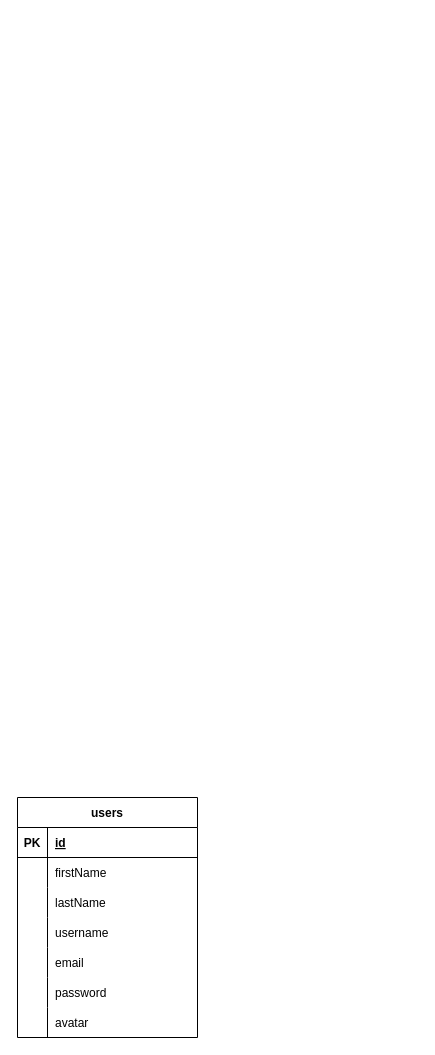
teosordo/grupo_3_mat keeps this draw.io diagram as db_diagrams/users_diagram.drawio. Above is the earlier version. Source tidied: cells renumbered, new cells numbered last; positions are measured from the earlier drawing's top-left corner, leaving out a move shared by most shapes. Both pictures are drawn from the tidied source at 100%, with x=0, y=0 at pixel (17, 797).
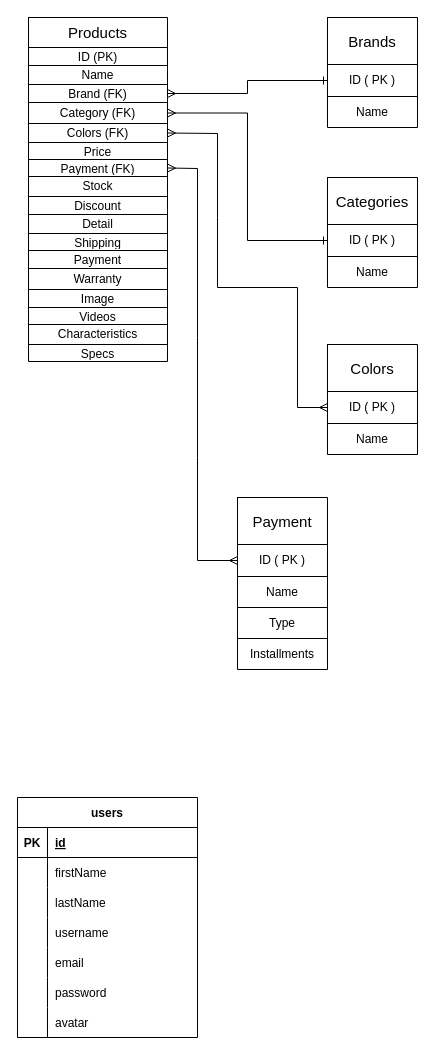
The same diagram, later.

Commit message:
moviendo tabla de products

The edit, as a diff of the source:
```diff
@@
+    <mxCell id="24" style="shape=table;startSize=0;childLayout=tableLayout;perimeterSpacing=0;strokeWidth=1;" parent="1" vertex="1">
+      <mxGeometry x="11" y="-780" width="139" height="344" as="geometry" />
+    </mxCell>
+    <mxCell id="25" style="shape=partialRectangle;fillColor=none;top=0;left=0;bottom=0;right=0;" parent="24" vertex="1">
+      <mxGeometry width="139" height="30" as="geometry" />
+    </mxCell>
+    <mxCell id="26" value="&lt;span style=&quot;font-size: 15px&quot;&gt;Products&lt;/span&gt;" style="shape=partialRectangle;html=1;whiteSpace=wrap;overflow=hidden;fillColor=none;top=0;left=0;bottom=0;right=0;" parent="25" vertex="1">
+      <mxGeometry width="139" height="30" as="geometry" />
+    </mxCell>
+    <mxCell id="27" style="shape=partialRectangle;fillColor=none;top=0;left=0;bottom=0;right=0;" parent="24" vertex="1">
+      <mxGeometry y="30" width="139" height="18" as="geometry" />
+    </mxCell>
+    <mxCell id="28" value="ID (PK)" style="shape=partialRectangle;html=1;whiteSpace=wrap;overflow=hidden;fillColor=none;top=0;left=0;bottom=0;right=0;" parent="27" vertex="1">
+      <mxGeometry width="139" height="18" as="geometry" />
+    </mxCell>
+    <mxCell id="29" style="shape=partialRectangle;fillColor=none;top=0;left=0;bottom=0;right=0;" parent="24" vertex="1">
+      <mxGeometry y="48" width="139" height="19" as="geometry" />
+    </mxCell>
+    <mxCell id="30" value="Name" style="shape=partialRectangle;html=1;whiteSpace=wrap;overflow=hidden;fillColor=none;top=0;left=0;bottom=0;right=0;" parent="29" vertex="1">
+      <mxGeometry width="139" height="19" as="geometry" />
+    </mxCell>
+    <mxCell id="31" style="shape=partialRectangle;fillColor=none;top=0;left=0;bottom=0;right=0;points=[[0,0.5],[1,0.5]];portConstraint=eastwest;" parent="24" vertex="1">
+      <mxGeometry y="67" width="139" height="18" as="geometry" />
+    </mxCell>
+    <mxCell id="32" value="Brand (FK)" style="shape=partialRectangle;html=1;whiteSpace=wrap;overflow=hidden;fillColor=none;top=0;left=0;bottom=0;right=0;" parent="31" vertex="1">
+      <mxGeometry width="139" height="18" as="geometry" />
+    </mxCell>
+    <mxCell id="33" style="shape=partialRectangle;fillColor=none;top=0;left=0;bottom=0;right=0;points=[[0,0.5],[1,0.5]];portConstraint=eastwest;" parent="24" vertex="1">
+      <mxGeometry y="85" width="139" height="21" as="geometry" />
+    </mxCell>
+    <mxCell id="34" value="Category (FK)" style="shape=partialRectangle;html=1;whiteSpace=wrap;overflow=hidden;fillColor=none;top=0;left=0;bottom=0;right=0;" parent="33" vertex="1">
+      <mxGeometry width="139" height="21" as="geometry" />
+    </mxCell>
+    <mxCell id="35" style="shape=partialRectangle;fillColor=none;top=0;left=0;bottom=0;right=0;points=[[0,0.5],[1,0.5]];portConstraint=eastwest;" parent="24" vertex="1">
+      <mxGeometry y="106" width="139" height="19" as="geometry" />
+    </mxCell>
+    <mxCell id="36" value="Colors (FK)" style="shape=partialRectangle;html=1;whiteSpace=wrap;overflow=hidden;fillColor=none;top=0;left=0;bottom=0;right=0;" parent="35" vertex="1">
+      <mxGeometry width="139" height="19" as="geometry" />
+    </mxCell>
+    <mxCell id="37" style="shape=partialRectangle;fillColor=none;top=0;left=0;bottom=0;right=0;" parent="24" vertex="1">
+      <mxGeometry y="125" width="139" height="17" as="geometry" />
+    </mxCell>
+    <mxCell id="38" value="Price" style="shape=partialRectangle;html=1;whiteSpace=wrap;overflow=hidden;fillColor=none;top=0;left=0;bottom=0;right=0;" parent="37" vertex="1">
+      <mxGeometry width="139" height="17" as="geometry" />
+    </mxCell>
+    <mxCell id="39" style="shape=partialRectangle;fillColor=none;top=0;left=0;bottom=0;right=0;points=[[0,0.5],[1,0.5]];portConstraint=eastwest;" parent="24" vertex="1">
+      <mxGeometry y="142" width="139" height="17" as="geometry" />
+    </mxCell>
+    <mxCell id="40" value="Payment (FK)" style="shape=partialRectangle;html=1;whiteSpace=wrap;overflow=hidden;fillColor=none;top=0;left=0;bottom=0;right=0;" parent="39" vertex="1">
+      <mxGeometry width="139" height="17" as="geometry" />
+    </mxCell>
+    <mxCell id="41" style="shape=partialRectangle;fillColor=none;top=0;left=0;bottom=0;right=0;" parent="24" vertex="1">
+      <mxGeometry y="159" width="139" height="20" as="geometry" />
+    </mxCell>
+    <mxCell id="42" value="Stock" style="shape=partialRectangle;html=1;whiteSpace=wrap;overflow=hidden;fillColor=none;top=0;left=0;bottom=0;right=0;" parent="41" vertex="1">
+      <mxGeometry width="139" height="20" as="geometry" />
+    </mxCell>
+    <mxCell id="43" style="shape=partialRectangle;fillColor=none;top=0;left=0;bottom=0;right=0;" parent="24" vertex="1">
+      <mxGeometry y="179" width="139" height="18" as="geometry" />
+    </mxCell>
+    <mxCell id="44" value="Discount" style="shape=partialRectangle;html=1;whiteSpace=wrap;overflow=hidden;fillColor=none;top=0;left=0;bottom=0;right=0;" parent="43" vertex="1">
+      <mxGeometry width="139" height="18" as="geometry" />
+    </mxCell>
+    <mxCell id="45" style="shape=partialRectangle;fillColor=none;top=0;left=0;bottom=0;right=0;" parent="24" vertex="1">
+      <mxGeometry y="197" width="139" height="19" as="geometry" />
+    </mxCell>
+    <mxCell id="46" value="Detail" style="shape=partialRectangle;html=1;whiteSpace=wrap;overflow=hidden;fillColor=none;top=0;left=0;bottom=0;right=0;" parent="45" vertex="1">
+      <mxGeometry width="139" height="19" as="geometry" />
+    </mxCell>
+    <mxCell id="47" style="shape=partialRectangle;fillColor=none;top=0;left=0;bottom=0;right=0;" parent="24" vertex="1">
+      <mxGeometry y="216" width="139" height="17" as="geometry" />
+    </mxCell>
+    <mxCell id="48" value="Shipping" style="shape=partialRectangle;html=1;whiteSpace=wrap;overflow=hidden;fillColor=none;top=0;left=0;bottom=0;right=0;" parent="47" vertex="1">
+      <mxGeometry width="139" height="17" as="geometry" />
+    </mxCell>
+    <mxCell id="49" style="shape=partialRectangle;fillColor=none;top=0;left=0;bottom=0;right=0;" parent="24" vertex="1">
+      <mxGeometry y="233" width="139" height="18" as="geometry" />
+    </mxCell>
+    <mxCell id="50" value="Payment" style="shape=partialRectangle;html=1;whiteSpace=wrap;overflow=hidden;fillColor=none;top=0;left=0;bottom=0;right=0;" parent="49" vertex="1">
+      <mxGeometry width="139" height="18" as="geometry" />
+    </mxCell>
+    <mxCell id="51" style="shape=partialRectangle;fillColor=none;top=0;left=0;bottom=0;right=0;" parent="24" vertex="1">
+      <mxGeometry y="251" width="139" height="21" as="geometry" />
+    </mxCell>
+    <mxCell id="52" value="Warranty" style="shape=partialRectangle;html=1;whiteSpace=wrap;overflow=hidden;fillColor=none;top=0;left=0;bottom=0;right=0;" parent="51" vertex="1">
+      <mxGeometry width="139" height="21" as="geometry" />
+    </mxCell>
+    <mxCell id="53" style="shape=partialRectangle;fillColor=none;top=0;left=0;bottom=0;right=0;" parent="24" vertex="1">
+      <mxGeometry y="272" width="139" height="18" as="geometry" />
+    </mxCell>
+    <mxCell id="54" value="Image" style="shape=partialRectangle;html=1;whiteSpace=wrap;overflow=hidden;fillColor=none;top=0;left=0;bottom=0;right=0;" parent="53" vertex="1">
+      <mxGeometry width="139" height="18" as="geometry" />
+    </mxCell>
+    <mxCell id="55" style="shape=partialRectangle;fillColor=none;top=0;left=0;bottom=0;right=0;" parent="24" vertex="1">
+      <mxGeometry y="290" width="139" height="17" as="geometry" />
+    </mxCell>
+    <mxCell id="56" value="Videos" style="shape=partialRectangle;html=1;whiteSpace=wrap;overflow=hidden;fillColor=none;top=0;left=0;bottom=0;right=0;" parent="55" vertex="1">
+      <mxGeometry width="139" height="17" as="geometry" />
+    </mxCell>
+    <mxCell id="57" style="shape=partialRectangle;fillColor=none;top=0;left=0;bottom=0;right=0;" parent="24" vertex="1">
+      <mxGeometry y="307" width="139" height="20" as="geometry" />
+    </mxCell>
+    <mxCell id="58" value="Characteristics" style="shape=partialRectangle;html=1;whiteSpace=wrap;overflow=hidden;fillColor=none;top=0;left=0;bottom=0;right=0;" parent="57" vertex="1">
+      <mxGeometry width="139" height="20" as="geometry" />
+    </mxCell>
+    <mxCell id="59" style="shape=partialRectangle;fillColor=none;top=0;left=0;bottom=0;right=0;" parent="24" vertex="1">
+      <mxGeometry y="327" width="139" height="17" as="geometry" />
+    </mxCell>
+    <mxCell id="60" value="Specs" style="shape=partialRectangle;html=1;whiteSpace=wrap;overflow=hidden;fillColor=none;top=0;left=0;bottom=0;right=0;" parent="59" vertex="1">
+      <mxGeometry width="139" height="17" as="geometry" />
+    </mxCell>
+    <mxCell id="61" style="shape=table;startSize=0;childLayout=tableLayout;" parent="1" vertex="1">
+      <mxGeometry x="310" y="-780" width="90" height="110" as="geometry" />
+    </mxCell>
+    <mxCell id="62" style="shape=partialRectangle;fillColor=none;top=0;left=0;bottom=0;right=0;points=[[0,0.5],[1,0.5]];portConstraint=eastwest;" parent="61" vertex="1">
+      <mxGeometry width="90" height="47" as="geometry" />
+    </mxCell>
+    <mxCell id="63" value="&lt;font style=&quot;font-size: 15px&quot;&gt;Brands&lt;/font&gt;" style="shape=partialRectangle;html=1;whiteSpace=wrap;overflow=hidden;fillColor=none;top=0;left=0;bottom=0;right=0;" parent="62" vertex="1">
+      <mxGeometry width="90" height="47" as="geometry" />
+    </mxCell>
+    <mxCell id="64" style="shape=partialRectangle;fillColor=none;top=0;left=0;bottom=0;right=0;points=[[0,0.5],[1,0.5]];portConstraint=eastwest;" parent="61" vertex="1">
+      <mxGeometry y="47" width="90" height="32" as="geometry" />
+    </mxCell>
+    <mxCell id="65" value="ID ( PK )" style="shape=partialRectangle;html=1;whiteSpace=wrap;overflow=hidden;fillColor=none;top=0;left=0;bottom=0;right=0;" parent="64" vertex="1">
+      <mxGeometry width="90" height="32" as="geometry" />
+    </mxCell>
+    <mxCell id="66" style="shape=partialRectangle;fillColor=none;top=0;left=0;bottom=0;right=0;" parent="61" vertex="1">
+      <mxGeometry y="79" width="90" height="31" as="geometry" />
+    </mxCell>
+    <mxCell id="67" value="Name" style="shape=partialRectangle;html=1;whiteSpace=wrap;overflow=hidden;fillColor=none;top=0;left=0;bottom=0;right=0;" parent="66" vertex="1">
+      <mxGeometry width="90" height="31" as="geometry" />
+    </mxCell>
+    <mxCell id="68" style="shape=table;startSize=0;childLayout=tableLayout;" parent="1" vertex="1">
+      <mxGeometry x="310" y="-620" width="90" height="110" as="geometry" />
+    </mxCell>
+    <mxCell id="69" style="shape=partialRectangle;fillColor=none;top=0;left=0;bottom=0;right=0;" parent="68" vertex="1">
+      <mxGeometry width="90" height="47" as="geometry" />
+    </mxCell>
+    <mxCell id="70" value="&lt;span style=&quot;font-size: 15px&quot;&gt;Categories&lt;/span&gt;" style="shape=partialRectangle;html=1;whiteSpace=wrap;overflow=hidden;fillColor=none;top=0;left=0;bottom=0;right=0;" parent="69" vertex="1">
+      <mxGeometry width="90" height="47" as="geometry" />
+    </mxCell>
+    <mxCell id="71" style="shape=partialRectangle;fillColor=none;top=0;left=0;bottom=0;right=0;points=[[0,0.5],[1,0.5]];portConstraint=eastwest;" parent="68" vertex="1">
+      <mxGeometry y="47" width="90" height="32" as="geometry" />
+    </mxCell>
+    <mxCell id="72" value="ID ( PK )" style="shape=partialRectangle;html=1;whiteSpace=wrap;overflow=hidden;fillColor=none;top=0;left=0;bottom=0;right=0;" parent="71" vertex="1">
+      <mxGeometry width="90" height="32" as="geometry" />
+    </mxCell>
+    <mxCell id="73" style="shape=partialRectangle;fillColor=none;top=0;left=0;bottom=0;right=0;" parent="68" vertex="1">
+      <mxGeometry y="79" width="90" height="31" as="geometry" />
+    </mxCell>
+    <mxCell id="74" value="Name" style="shape=partialRectangle;html=1;whiteSpace=wrap;overflow=hidden;fillColor=none;top=0;left=0;bottom=0;right=0;" parent="73" vertex="1">
+      <mxGeometry width="90" height="31" as="geometry" />
+    </mxCell>
+    <mxCell id="75" style="rounded=0;jettySize=auto;html=1;exitX=1;exitY=0.5;exitDx=0;exitDy=0;entryX=0;entryY=0.5;entryDx=0;entryDy=0;strokeColor=none;endArrow=ERone;endFill=0;" parent="1" edge="1" source="31" target="62">
+      <mxGeometry relative="1" as="geometry" />
+    </mxCell>
+    <mxCell id="76" style="rounded=0;orthogonalLoop=1;jettySize=auto;html=1;exitX=1;exitY=0.5;exitDx=0;exitDy=0;entryX=0;entryY=0.5;entryDx=0;entryDy=0;strokeColor=none;endArrow=ERone;endFill=0;" parent="1" edge="1">
+      <mxGeometry relative="1" as="geometry">
+        <mxPoint x="140" y="-707.5" as="sourcePoint" />
+        <mxPoint x="359" y="-760" as="targetPoint" />
+      </mxGeometry>
+    </mxCell>
+    <mxCell id="77" style="shape=table;startSize=0;childLayout=tableLayout;" parent="1" vertex="1">
+      <mxGeometry x="310" y="-453" width="90" height="110" as="geometry" />
+    </mxCell>
+    <mxCell id="78" style="shape=partialRectangle;fillColor=none;top=0;left=0;bottom=0;right=0;" parent="77" vertex="1">
+      <mxGeometry width="90" height="47" as="geometry" />
+    </mxCell>
+    <mxCell id="79" value="&lt;span style=&quot;font-size: 15px&quot;&gt;Colors&lt;/span&gt;" style="shape=partialRectangle;html=1;whiteSpace=wrap;overflow=hidden;fillColor=none;top=0;left=0;bottom=0;right=0;" parent="78" vertex="1">
+      <mxGeometry width="90" height="47" as="geometry" />
+    </mxCell>
+    <mxCell id="80" style="shape=partialRectangle;fillColor=none;top=0;left=0;bottom=0;right=0;points=[[0,0.5],[1,0.5]];portConstraint=eastwest;" parent="77" vertex="1">
+      <mxGeometry y="47" width="90" height="32" as="geometry" />
+    </mxCell>
+    <mxCell id="81" value="ID ( PK )" style="shape=partialRectangle;html=1;whiteSpace=wrap;overflow=hidden;fillColor=none;top=0;left=0;bottom=0;right=0;" parent="80" vertex="1">
+      <mxGeometry width="90" height="32" as="geometry" />
+    </mxCell>
+    <mxCell id="82" style="shape=partialRectangle;fillColor=none;top=0;left=0;bottom=0;right=0;" parent="77" vertex="1">
+      <mxGeometry y="79" width="90" height="31" as="geometry" />
+    </mxCell>
+    <mxCell id="83" value="Name" style="shape=partialRectangle;html=1;whiteSpace=wrap;overflow=hidden;fillColor=none;top=0;left=0;bottom=0;right=0;" parent="82" vertex="1">
+      <mxGeometry width="90" height="31" as="geometry" />
+    </mxCell>
+    <mxCell id="84" style="edgeStyle=orthogonalEdgeStyle;rounded=0;jettySize=auto;html=1;exitX=1;exitY=0.5;exitDx=0;exitDy=0;entryX=0;entryY=0.5;entryDx=0;entryDy=0;startArrow=ERmany;startFill=0;endArrow=ERone;endFill=0;" parent="1" edge="1" source="31" target="64">
+      <mxGeometry relative="1" as="geometry" />
+    </mxCell>
+    <mxCell id="85" style="edgeStyle=orthogonalEdgeStyle;rounded=0;jettySize=auto;html=1;exitX=1;exitY=0.5;exitDx=0;exitDy=0;entryX=0;entryY=0.5;entryDx=0;entryDy=0;startArrow=ERmany;startFill=0;endArrow=ERone;endFill=0;" parent="1" edge="1" source="33" target="71">
+      <mxGeometry relative="1" as="geometry" />
+    </mxCell>
+    <mxCell id="86" style="rounded=0;jettySize=auto;html=1;exitX=1;exitY=0.5;exitDx=0;exitDy=0;entryX=0;entryY=0.5;entryDx=0;entryDy=0;startArrow=ERmany;startFill=0;endArrow=ERmany;endFill=0;" parent="1" edge="1" source="35" target="80">
+      <mxGeometry relative="1" as="geometry">
+        <Array as="points">
+          <mxPoint x="200" y="-664" />
+          <mxPoint x="200" y="-580" />
+          <mxPoint x="200" y="-510" />
+          <mxPoint x="280" y="-510" />
+          <mxPoint x="280" y="-390" />
+        </Array>
+      </mxGeometry>
+    </mxCell>
+    <mxCell id="87" style="shape=table;startSize=0;childLayout=tableLayout;" parent="1" vertex="1">
+      <mxGeometry x="220" y="-300" width="90" height="172" as="geometry" />
+    </mxCell>
+    <mxCell id="88" style="shape=partialRectangle;fillColor=none;top=0;left=0;bottom=0;right=0;" parent="87" vertex="1">
+      <mxGeometry width="90" height="47" as="geometry" />
+    </mxCell>
+    <mxCell id="89" value="&lt;span style=&quot;font-size: 15px&quot;&gt;Payment&lt;/span&gt;" style="shape=partialRectangle;html=1;whiteSpace=wrap;overflow=hidden;fillColor=none;top=0;left=0;bottom=0;right=0;" parent="88" vertex="1">
+      <mxGeometry width="90" height="47" as="geometry" />
+    </mxCell>
+    <mxCell id="90" style="shape=partialRectangle;fillColor=none;top=0;left=0;bottom=0;right=0;points=[[0,0.5],[1,0.5]];portConstraint=eastwest;" parent="87" vertex="1">
+      <mxGeometry y="47" width="90" height="32" as="geometry" />
+    </mxCell>
+    <mxCell id="91" value="ID ( PK )" style="shape=partialRectangle;html=1;whiteSpace=wrap;overflow=hidden;fillColor=none;top=0;left=0;bottom=0;right=0;" parent="90" vertex="1">
+      <mxGeometry width="90" height="32" as="geometry" />
+    </mxCell>
+    <mxCell id="92" style="shape=partialRectangle;fillColor=none;top=0;left=0;bottom=0;right=0;" parent="87" vertex="1">
+      <mxGeometry y="79" width="90" height="31" as="geometry" />
+    </mxCell>
+    <mxCell id="93" value="Name" style="shape=partialRectangle;html=1;whiteSpace=wrap;overflow=hidden;fillColor=none;top=0;left=0;bottom=0;right=0;" parent="92" vertex="1">
+      <mxGeometry width="90" height="31" as="geometry" />
+    </mxCell>
+    <mxCell id="94" style="shape=partialRectangle;fillColor=none;top=0;left=0;bottom=0;right=0;" parent="87" vertex="1">
+      <mxGeometry y="110" width="90" height="31" as="geometry" />
+    </mxCell>
+    <mxCell id="95" value="Type" style="shape=partialRectangle;html=1;whiteSpace=wrap;overflow=hidden;fillColor=none;top=0;left=0;bottom=0;right=0;" parent="94" vertex="1">
+      <mxGeometry width="90" height="31" as="geometry" />
+    </mxCell>
+    <mxCell id="96" style="shape=partialRectangle;fillColor=none;top=0;left=0;bottom=0;right=0;" parent="87" vertex="1">
+      <mxGeometry y="141" width="90" height="31" as="geometry" />
+    </mxCell>
+    <mxCell id="97" value="&lt;span&gt;Installments&lt;/span&gt;" style="shape=partialRectangle;html=1;whiteSpace=wrap;overflow=hidden;fillColor=none;top=0;left=0;bottom=0;right=0;" parent="96" vertex="1">
+      <mxGeometry width="90" height="31" as="geometry" />
+    </mxCell>
+    <mxCell id="98" style="edgeStyle=none;rounded=0;jettySize=auto;html=1;exitX=1;exitY=0.5;exitDx=0;exitDy=0;entryX=0;entryY=0.5;entryDx=0;entryDy=0;startArrow=ERmany;startFill=0;endArrow=ERmany;endFill=0;" parent="1" edge="1" source="39" target="90">
+      <mxGeometry relative="1" as="geometry">
+        <Array as="points">
+          <mxPoint x="180" y="-629" />
+          <mxPoint x="180" y="-460" />
+          <mxPoint x="180" y="-340" />
+          <mxPoint x="180" y="-237" />
+        </Array>
+      </mxGeometry>
+    </mxCell>
```
